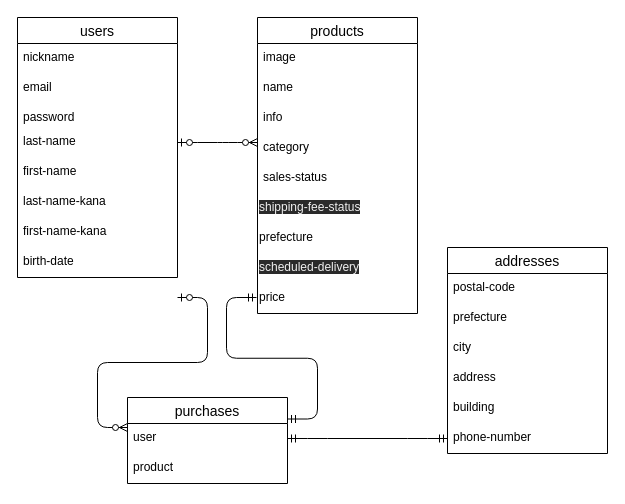
takumi9332/furima-32491 keeps this draw.io diagram as furima.dio. Above is the earlier version. Source tidied: cells renumbered, new cells numbered last; positions are measured from the earlier drawing's top-left corner, leaving out a move shared by most shapes. Both pictures are drawn from the tidied source at 100%, with x=0, y=0 at pixel (17, 17).
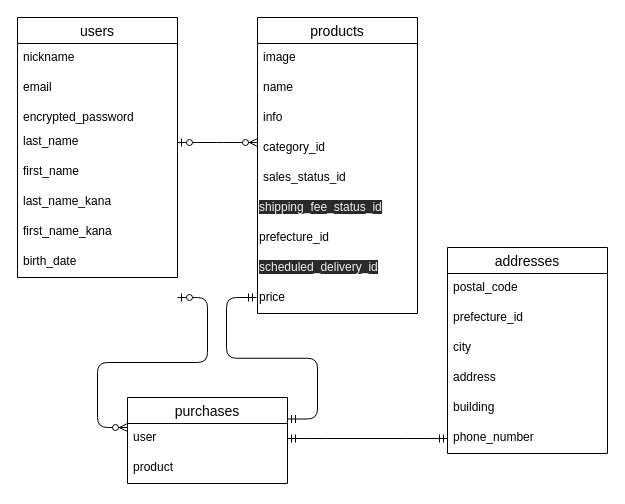
After the change.

Commit message (it also covers changes not shown here):
テーブル設計の修正

The change refers to these unchanged cells:
```xml
<mxCell id="2" value="users" style="swimlane;fontStyle=0;horizontal=1;startSize=26;align=center;fontSize=14;" parent="1" vertex="1">
  <mxGeometry width="160" height="260" as="geometry" />
</mxCell>
<mxCell id="11" value="addresses" style="swimlane;fontStyle=0;horizontal=1;startSize=26;align=center;fontSize=14;" parent="1" vertex="1">
  <mxGeometry x="430" y="230" width="160" height="206" as="geometry" />
</mxCell>
<mxCell id="18" value="products" style="swimlane;fontStyle=0;horizontal=1;startSize=26;align=center;fontSize=14;" parent="1" vertex="1">
  <mxGeometry x="240" width="160" height="296" as="geometry" />
</mxCell>
```

The edit, as a diff of the source:
```diff
@@
-    <mxCell id="5" value="password" style="text;strokeColor=none;fillColor=none;spacingLeft=4;spacingRight=4;overflow=hidden;fontSize=12;" parent="2" vertex="1">
+    <mxCell id="5" value="encrypted_password" style="text;strokeColor=none;fillColor=none;spacingLeft=4;spacingRight=4;overflow=hidden;fontSize=12;" parent="2" vertex="1">
       <mxGeometry y="86" width="160" height="24" as="geometry" />
     </mxCell>
-    <mxCell id="6" value="last-name" style="text;strokeColor=none;fillColor=none;spacingLeft=4;spacingRight=4;overflow=hidden;fontSize=12;" parent="2" vertex="1">
+    <mxCell id="6" value="last_name" style="text;strokeColor=none;fillColor=none;spacingLeft=4;spacingRight=4;overflow=hidden;fontSize=12;" parent="2" vertex="1">
       <mxGeometry y="110" width="160" height="30" as="geometry" />
     </mxCell>
-    <mxCell id="7" value="first-name" style="text;strokeColor=none;fillColor=none;spacingLeft=4;spacingRight=4;overflow=hidden;fontSize=12;" parent="2" vertex="1">
+    <mxCell id="7" value="first_name" style="text;strokeColor=none;fillColor=none;spacingLeft=4;spacingRight=4;overflow=hidden;fontSize=12;" parent="2" vertex="1">
       <mxGeometry y="140" width="160" height="30" as="geometry" />
     </mxCell>
-    <mxCell id="8" value="last-name-kana" style="text;strokeColor=none;fillColor=none;spacingLeft=4;spacingRight=4;overflow=hidden;fontSize=12;" parent="2" vertex="1">
+    <mxCell id="8" value="last_name_kana" style="text;strokeColor=none;fillColor=none;spacingLeft=4;spacingRight=4;overflow=hidden;fontSize=12;" parent="2" vertex="1">
       <mxGeometry y="170" width="160" height="30" as="geometry" />
     </mxCell>
-    <mxCell id="9" value="first-name-kana" style="text;strokeColor=none;fillColor=none;spacingLeft=4;spacingRight=4;overflow=hidden;fontSize=12;" parent="2" vertex="1">
+    <mxCell id="9" value="first_name_kana" style="text;strokeColor=none;fillColor=none;spacingLeft=4;spacingRight=4;overflow=hidden;fontSize=12;" parent="2" vertex="1">
       <mxGeometry y="200" width="160" height="30" as="geometry" />
     </mxCell>
-    <mxCell id="10" value="birth-date" style="text;strokeColor=none;fillColor=none;spacingLeft=4;spacingRight=4;overflow=hidden;fontSize=12;" parent="2" vertex="1">
+    <mxCell id="10" value="birth_date" style="text;strokeColor=none;fillColor=none;spacingLeft=4;spacingRight=4;overflow=hidden;fontSize=12;" parent="2" vertex="1">
       <mxGeometry y="230" width="160" height="30" as="geometry" />
     </mxCell>
@@
-    <mxCell id="12" value="postal-code" style="text;strokeColor=none;fillColor=none;spacingLeft=4;spacingRight=4;overflow=hidden;fontSize=12;" parent="11" vertex="1">
+    <mxCell id="12" value="postal_code" style="text;strokeColor=none;fillColor=none;spacingLeft=4;spacingRight=4;overflow=hidden;fontSize=12;" parent="11" vertex="1">
       <mxGeometry y="26" width="160" height="30" as="geometry" />
     </mxCell>
-    <mxCell id="13" value="prefecture" style="text;strokeColor=none;fillColor=none;spacingLeft=4;spacingRight=4;overflow=hidden;fontSize=12;" parent="11" vertex="1">
+    <mxCell id="13" value="prefecture_id" style="text;strokeColor=none;fillColor=none;spacingLeft=4;spacingRight=4;overflow=hidden;fontSize=12;" parent="11" vertex="1">
       <mxGeometry y="56" width="160" height="30" as="geometry" />
     </mxCell>
@@
-    <mxCell id="17" value="phone-number" style="text;strokeColor=none;fillColor=none;spacingLeft=4;spacingRight=4;overflow=hidden;points=[[0,0.5],[1,0.5]];portConstraint=eastwest;fontSize=12;" parent="11" vertex="1">
+    <mxCell id="17" value="phone_number" style="text;strokeColor=none;fillColor=none;spacingLeft=4;spacingRight=4;overflow=hidden;points=[[0,0.5],[1,0.5]];portConstraint=eastwest;fontSize=12;" parent="11" vertex="1">
       <mxGeometry y="176" width="160" height="30" as="geometry" />
     </mxCell>
@@
-    <mxCell id="22" value="category" style="text;strokeColor=none;fillColor=none;spacingLeft=4;spacingRight=4;overflow=hidden;points=[[0,0.5],[1,0.5]];portConstraint=eastwest;fontSize=12;" parent="18" vertex="1">
+    <mxCell id="22" value="category_id" style="text;strokeColor=none;fillColor=none;spacingLeft=4;spacingRight=4;overflow=hidden;points=[[0,0.5],[1,0.5]];portConstraint=eastwest;fontSize=12;" parent="18" vertex="1">
       <mxGeometry y="116" width="160" height="30" as="geometry" />
     </mxCell>
-    <mxCell id="23" value="sales-status" style="text;strokeColor=none;fillColor=none;spacingLeft=4;spacingRight=4;overflow=hidden;fontSize=12;" parent="18" vertex="1">
+    <mxCell id="23" value="sales_status_id" style="text;strokeColor=none;fillColor=none;spacingLeft=4;spacingRight=4;overflow=hidden;fontSize=12;" parent="18" vertex="1">
       <mxGeometry y="146" width="160" height="30" as="geometry" />
     </mxCell>
-    <mxCell id="24" value="&lt;span style=&quot;color: rgb(240 , 240 , 240) ; font-family: &amp;#34;helvetica&amp;#34; ; font-size: 12px ; font-style: normal ; font-weight: 400 ; letter-spacing: normal ; text-align: left ; text-indent: 0px ; text-transform: none ; word-spacing: 0px ; background-color: rgb(42 , 42 , 42) ; display: inline ; float: none&quot;&gt;shipping-fee-status&lt;/span&gt;" style="text;whiteSpace=wrap;html=1;" parent="18" vertex="1">
+    <mxCell id="24" value="&lt;span style=&quot;color: rgb(240 , 240 , 240) ; font-family: &amp;#34;helvetica&amp;#34; ; font-size: 12px ; font-style: normal ; font-weight: 400 ; letter-spacing: normal ; text-align: left ; text-indent: 0px ; text-transform: none ; word-spacing: 0px ; background-color: rgb(42 , 42 , 42) ; display: inline ; float: none&quot;&gt;shipping_fee_status_id&lt;/span&gt;" style="text;whiteSpace=wrap;html=1;" parent="18" vertex="1">
       <mxGeometry y="176" width="160" height="30" as="geometry" />
     </mxCell>
-    <mxCell id="25" value="&lt;font face=&quot;helvetica&quot;&gt;prefecture&lt;/font&gt;" style="text;whiteSpace=wrap;html=1;" parent="18" vertex="1">
+    <mxCell id="25" value="&lt;font face=&quot;helvetica&quot;&gt;prefecture_id&lt;/font&gt;" style="text;whiteSpace=wrap;html=1;" parent="18" vertex="1">
       <mxGeometry y="206" width="160" height="30" as="geometry" />
     </mxCell>
-    <mxCell id="26" value="&lt;span style=&quot;color: rgb(240 , 240 , 240) ; font-family: &amp;#34;helvetica&amp;#34; ; font-size: 12px ; font-style: normal ; font-weight: 400 ; letter-spacing: normal ; text-align: left ; text-indent: 0px ; text-transform: none ; word-spacing: 0px ; background-color: rgb(42 , 42 , 42) ; display: inline ; float: none&quot;&gt;scheduled-delivery&lt;/span&gt;" style="text;whiteSpace=wrap;html=1;" parent="18" vertex="1">
+    <mxCell id="26" value="&lt;span style=&quot;color: rgb(240 , 240 , 240) ; font-family: &amp;#34;helvetica&amp;#34; ; font-size: 12px ; font-style: normal ; font-weight: 400 ; letter-spacing: normal ; text-align: left ; text-indent: 0px ; text-transform: none ; word-spacing: 0px ; background-color: rgb(42 , 42 , 42) ; display: inline ; float: none&quot;&gt;scheduled_delivery_id&lt;/span&gt;" style="text;whiteSpace=wrap;html=1;" parent="18" vertex="1">
       <mxGeometry y="236" width="160" height="30" as="geometry" />
     </mxCell>
```
